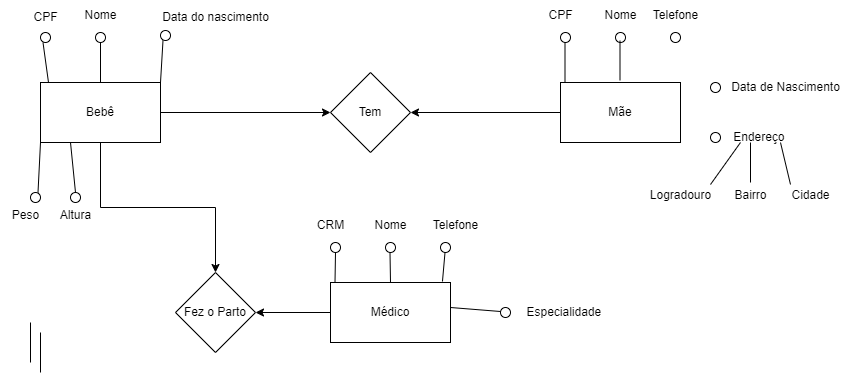
Above: 01_Atividade_sobre_DER_2.drawio.png in DungeonMaster616/main (draw.io), before the change. Source tidied: cells renumbered, new cells last; positions are measured from the earlier drawing's top-left corner, leaving out a move shared by most shapes.
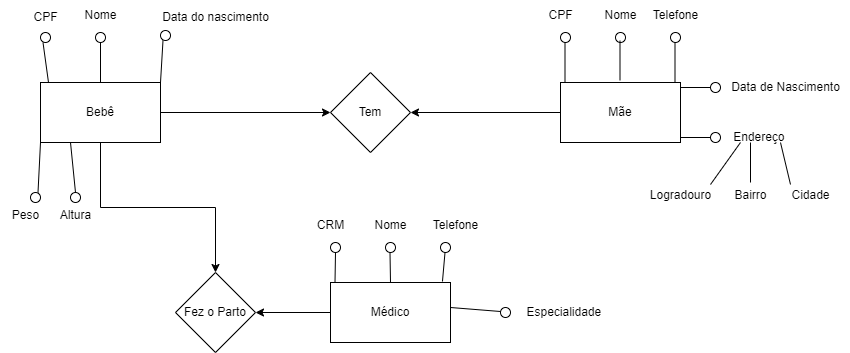
The same file after the commit.

The edit, as a diff of the source:
```diff
@@ -176,14 +176,13 @@
     </mxCell>
     <mxCell id="51" style="endArrow=none;html=1;rounded=0;" parent="1" edge="1">
       <mxGeometry relative="1" as="geometry">
-        <mxPoint x="30" y="362" as="sourcePoint" />
-        <mxPoint x="30" y="322" as="targetPoint" />
+        <mxPoint x="674.5" y="82" as="sourcePoint" />
+        <mxPoint x="674.5" y="42" as="targetPoint" />
       </mxGeometry>
     </mxCell>
-    <mxCell id="52" style="endArrow=none;html=1;rounded=0;" parent="1" edge="1">
+    <mxCell id="52" style="endArrow=none;html=1;rounded=0;entryX=0;entryY=0.5;entryDx=0;entryDy=0;" parent="1" edge="1" target="29">
       <mxGeometry relative="1" as="geometry">
-        <mxPoint x="40" y="372" as="sourcePoint" />
-        <mxPoint x="40" y="332" as="targetPoint" />
+        <mxPoint x="680" y="87" as="sourcePoint" />
       </mxGeometry>
     </mxCell>
     <mxCell id="53" style="endArrow=none;html=1;rounded=0;" parent="1" edge="1">
@@ -215,5 +214,10 @@
         <mxPoint x="389.5" y="252" as="targetPoint" />
       </mxGeometry>
     </mxCell>
+    <mxCell id="58" style="endArrow=none;html=1;rounded=0;entryX=0;entryY=0.5;entryDx=0;entryDy=0;" parent="1" edge="1" target="30">
+      <mxGeometry relative="1" as="geometry">
+        <mxPoint x="680" y="137" as="sourcePoint" />
+      </mxGeometry>
+    </mxCell>
   </root>
 </mxGraphModel>
```
